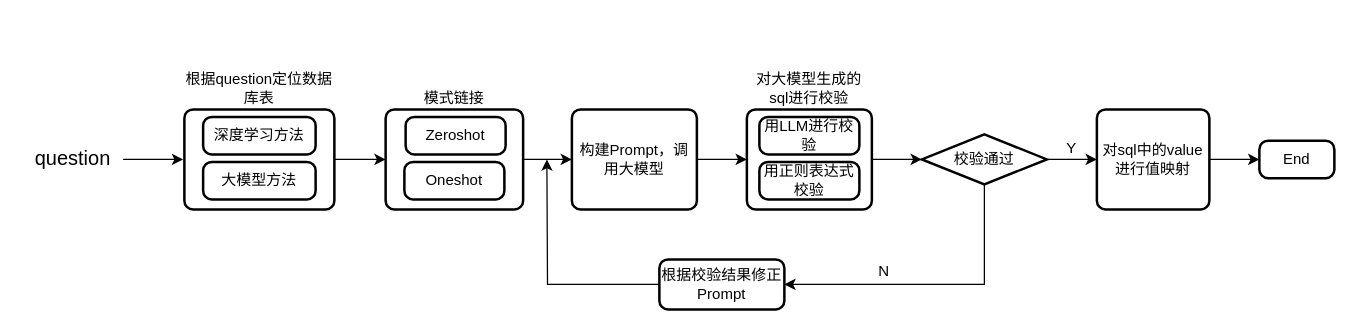
Above: page "overall process" (1 of 12) of NL2SQL_LLM.drawio in CindyZX/drawio_figures (draw.io), before the change. Source tidied: cells renumbered, new cells numbered last; positions are measured from the earlier drawing's top-left corner, leaving out a move shared by most shapes. Both pictures are drawn from the tidied source at 125%, with x=0, y=0 at pixel (29, 109).
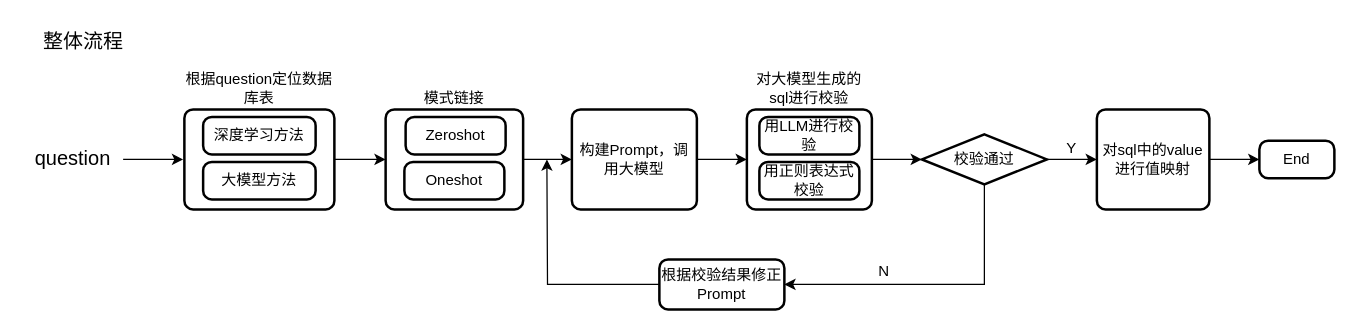
The same page after the edit.

The edit, as a diff of the source:
```diff
@@
+    <mxCell id="28" value="&lt;font style=&quot;font-size: 16px;&quot;&gt;整体流程&lt;/font&gt;" style="text;html=1;strokeColor=none;fillColor=none;align=center;verticalAlign=middle;whiteSpace=wrap;rounded=0;" parent="1" vertex="1">
+      <mxGeometry x="-6" y="-70" width="99" height="30" as="geometry" />
+    </mxCell>
```
